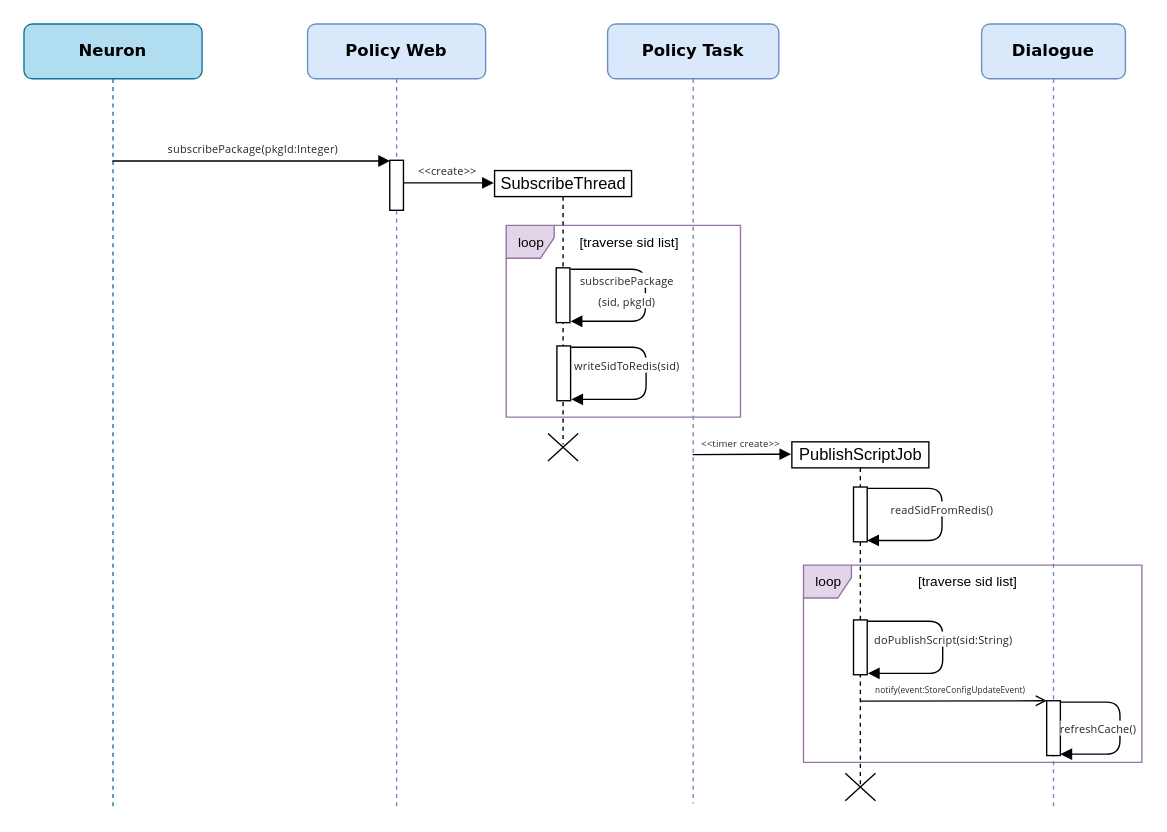
The draw.io diagram leyan/dxm/Sequence Diagram 5.drawio in GeekKwok/UML, before the edit. Source tidied: cells renumbered, new cells numbered last; positions are measured from the earlier drawing's top-left corner, leaving out a move shared by most shapes. Both pictures are drawn from the tidied source at 137%, with x=0, y=0 at pixel (23, 23).
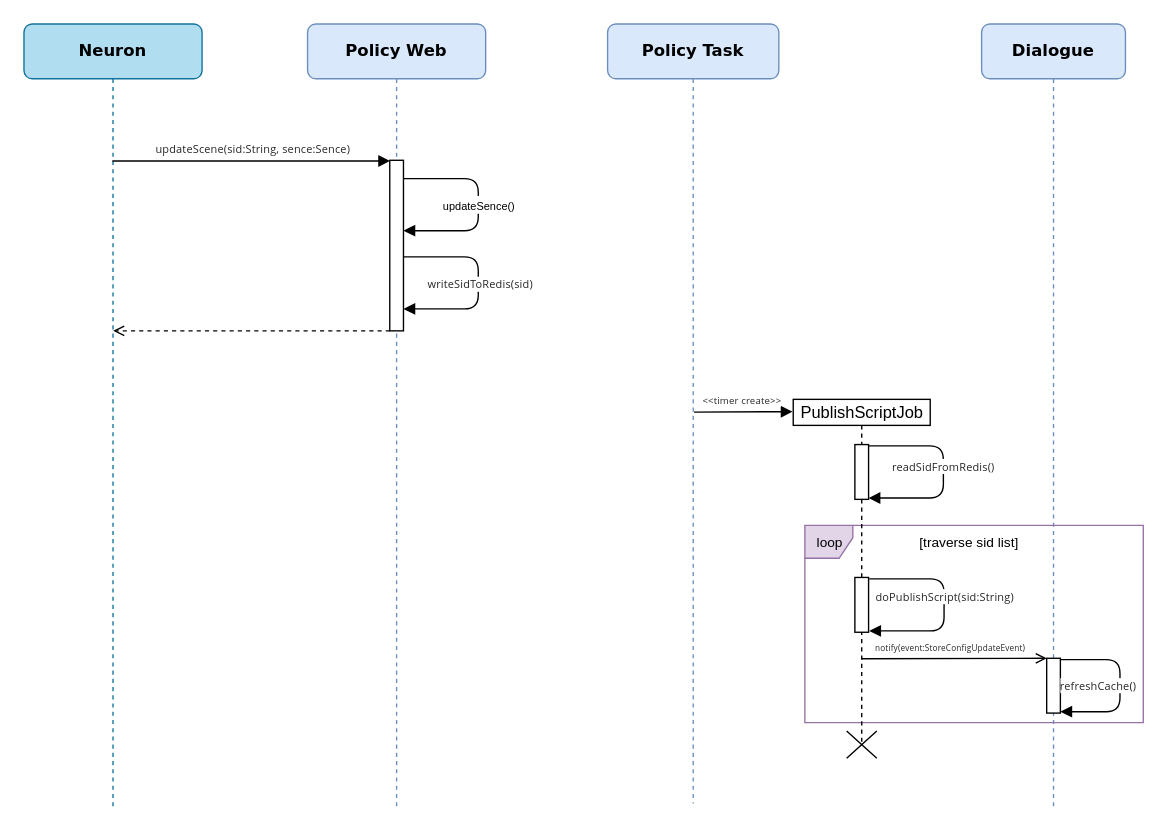
The same diagram, later.

Unchanged cells that the change refers to:
```xml
<mxCell id="3" value="&lt;b&gt;Neuron&lt;/b&gt;" style="shape=umlLifeline;perimeter=lifelinePerimeter;whiteSpace=wrap;html=1;outlineConnect=0;rounded=1;shadow=0;comic=0;labelBackgroundColor=none;strokeWidth=1;fontFamily=Verdana;fontSize=12;align=center;fillColor=#b1ddf0;strokeColor=#10739e;" parent="1" vertex="1">
  <mxGeometry width="130" height="572" as="geometry" />
</mxCell>
<mxCell id="4" value="&lt;b&gt;Policy Web&lt;/b&gt;" style="shape=umlLifeline;perimeter=lifelinePerimeter;whiteSpace=wrap;html=1;rounded=1;shadow=0;comic=0;labelBackgroundColor=none;strokeWidth=1;fontFamily=Verdana;fontSize=12;align=center;fillColor=#dae8fc;strokeColor=#6c8ebf;" parent="1" vertex="1">
  <mxGeometry x="207" width="130" height="572" as="geometry" />
</mxCell>
```

What changed in the source:
```diff
@@
-    <mxCell id="2" value="&lt;font style=&quot;font-size: 10px&quot;&gt;loop&lt;/font&gt;" style="shape=umlFrame;tabWidth=110;tabHeight=30;tabPosition=left;html=1;boundedLbl=1;labelInHeader=1;width=35;height=24;fillColor=#e1d5e7;strokeColor=#9673a6;" parent="1" vertex="1">
-      <mxGeometry x="352" y="147" width="171" height="140" as="geometry" />
-    </mxCell>
@@
     <mxCell id="5" style="html=1;points=[];perimeter=orthogonalPerimeter;rounded=0;shadow=0;comic=0;labelBackgroundColor=none;strokeWidth=1;fontFamily=Verdana;fontSize=12;align=center;" parent="4" vertex="1">
-      <mxGeometry x="60" y="99.5" width="10" height="36.5" as="geometry" />
+      <mxGeometry x="60" y="99.5" width="10" height="124.5" as="geometry" />
     </mxCell>
+    <mxCell id="14" style="html=1;verticalAlign=bottom;endArrow=block;labelBackgroundColor=none;fontFamily=Verdana;fontSize=12;elbow=vertical;edgeStyle=orthogonalEdgeStyle;exitX=1.038;exitY=0.345;exitPerimeter=0;rounded=1;" parent="4" edge="1">
+      <mxGeometry x="0.05" y="-14" relative="1" as="geometry">
+        <mxPoint x="70" y="170" as="sourcePoint" />
+        <mxPoint x="70" y="208" as="targetPoint" />
+        <Array as="points">
+          <mxPoint x="124.6" y="169.9" />
+          <mxPoint x="124.6" y="208" />
+        </Array>
+      </mxGeometry>
+    </mxCell>
+    <mxCell id="29" value="&lt;span style=&quot;color: rgb(38 , 38 , 38) ; font-family: &amp;#34;chinese quote&amp;#34; , &amp;#34;segoe ui&amp;#34; , &amp;#34;roboto&amp;#34; , &amp;#34;pingfang sc&amp;#34; , &amp;#34;hiragino sans gb&amp;#34; , &amp;#34;microsoft yahei&amp;#34; , &amp;#34;helvetica neue&amp;#34; , &amp;#34;helvetica&amp;#34; , &amp;#34;arial&amp;#34; , sans-serif , &amp;#34;apple color emoji&amp;#34; ; letter-spacing: 0.12px&quot;&gt;writeSidToRedis(sid)&lt;/span&gt;" style="edgeLabel;html=1;align=center;verticalAlign=middle;fontSize=8;" parent="14" vertex="1">
+      <mxGeometry x="0.04" y="1" relative="1" as="geometry">
+        <mxPoint y="-3.3" as="offset" />
+      </mxGeometry>
+    </mxCell>
-    <mxCell id="6" value="&lt;font color=&quot;#262626&quot; face=&quot;chinese quote, segoe ui, roboto, pingfang sc, hiragino sans gb, microsoft yahei, helvetica neue, helvetica, arial, sans-serif, apple color emoji&quot;&gt;&lt;span style=&quot;font-size: 8px ; letter-spacing: 0.12px ; background-color: rgb(255 , 255 , 255)&quot;&gt;subscribePackage(pkgId:Integer)&lt;/span&gt;&lt;/font&gt;" style="html=1;verticalAlign=bottom;endArrow=block;labelBackgroundColor=none;fontFamily=Verdana;fontSize=12;edgeStyle=elbowEdgeStyle;elbow=vertical;entryX=0.021;entryY=0;entryDx=0;entryDy=0;entryPerimeter=0;" parent="1" edge="1" source="3" target="5">
+    <mxCell id="6" value="&lt;font color=&quot;#262626&quot; face=&quot;chinese quote, segoe ui, roboto, pingfang sc, hiragino sans gb, microsoft yahei, helvetica neue, helvetica, arial, sans-serif, apple color emoji&quot;&gt;&lt;span style=&quot;font-size: 8px ; letter-spacing: 0.12px ; background-color: rgb(255 , 255 , 255)&quot;&gt;updateScene(sid:String, sence:Sence)&lt;br&gt;&lt;/span&gt;&lt;/font&gt;" style="html=1;verticalAlign=bottom;endArrow=block;labelBackgroundColor=none;fontFamily=Verdana;fontSize=12;edgeStyle=elbowEdgeStyle;elbow=vertical;entryX=0.021;entryY=0;entryDx=0;entryDy=0;entryPerimeter=0;" parent="1" edge="1" source="3" target="5">
       <mxGeometry relative="1" as="geometry" />
     </mxCell>
@@
-    <mxCell id="9" value="&lt;span style=&quot;color: rgb(38 , 38 , 38) ; font-family: &amp;#34;chinese quote&amp;#34; , &amp;#34;segoe ui&amp;#34; , &amp;#34;roboto&amp;#34; , &amp;#34;pingfang sc&amp;#34; , &amp;#34;hiragino sans gb&amp;#34; , &amp;#34;microsoft yahei&amp;#34; , &amp;#34;helvetica neue&amp;#34; , &amp;#34;helvetica&amp;#34; , &amp;#34;arial&amp;#34; , sans-serif , &amp;#34;apple color emoji&amp;#34; ; font-size: 8px ; letter-spacing: 0.12px ; background-color: rgb(255 , 255 , 255)&quot;&gt;subscribePackage&lt;br&gt;(sid, pkgId)&lt;/span&gt;" style="html=1;verticalAlign=bottom;endArrow=block;labelBackgroundColor=none;fontFamily=Verdana;fontSize=12;elbow=vertical;edgeStyle=orthogonalEdgeStyle;exitX=1.038;exitY=0.345;exitPerimeter=0;rounded=1;" parent="1" edge="1">
+    <mxCell id="9" style="html=1;verticalAlign=bottom;endArrow=block;labelBackgroundColor=none;fontFamily=Verdana;fontSize=12;elbow=vertical;edgeStyle=orthogonalEdgeStyle;exitX=1.038;exitY=0.345;exitPerimeter=0;rounded=1;" parent="1" edge="1">
       <mxGeometry x="0.44" y="-6" relative="1" as="geometry">
-        <mxPoint x="399" y="179" as="sourcePoint" />
-        <mxPoint x="399" y="217" as="targetPoint" />
+        <mxPoint x="277" y="112.9" as="sourcePoint" />
+        <mxPoint x="277" y="150.9" as="targetPoint" />
         <Array as="points">
-          <mxPoint x="453.6" y="178.9" />
-          <mxPoint x="453.6" y="217" />
+          <mxPoint x="331.6" y="112.8" />
+          <mxPoint x="331.6" y="150.9" />
         </Array>
       </mxGeometry>
     </mxCell>
-    <mxCell id="10" value="SubscribeThread" style="shape=umlLifeline;perimeter=lifelinePerimeter;whiteSpace=wrap;html=1;size=19;" parent="1" vertex="1">
-      <mxGeometry x="343.5" y="107" width="100" height="200" as="geometry" />
-    </mxCell>
-    <mxCell id="11" style="html=1;perimeter=orthogonalPerimeter;rounded=0;shadow=0;comic=0;labelBackgroundColor=none;strokeWidth=1;fontFamily=Verdana;fontSize=12;align=center;" parent="10" vertex="1">
-      <mxGeometry x="45" y="71" width="10" height="40" as="geometry" />
-    </mxCell>
-    <mxCell id="12" value="&lt;font color=&quot;#262626&quot; face=&quot;chinese quote, segoe ui, roboto, pingfang sc, hiragino sans gb, microsoft yahei, helvetica neue, helvetica, arial, sans-serif, apple color emoji&quot;&gt;&lt;span style=&quot;font-size: 8px ; letter-spacing: 0.12px ; background-color: rgb(255 , 255 , 255)&quot;&gt;&amp;lt;&amp;lt;create&amp;gt;&amp;gt;&lt;/span&gt;&lt;/font&gt;" style="html=1;verticalAlign=bottom;endArrow=block;labelBackgroundColor=none;fontFamily=Verdana;fontSize=12;edgeStyle=elbowEdgeStyle;elbow=vertical;" parent="1" edge="1">
-      <mxGeometry x="-0.04" relative="1" as="geometry">
-        <mxPoint x="277" y="116" as="sourcePoint" />
-        <mxPoint x="343" y="116" as="targetPoint" />
-      </mxGeometry>
-    </mxCell>
-    <mxCell id="13" value="[traverse sid list]" style="text;fontSize=10;" parent="1" vertex="1">
-      <mxGeometry x="404" y="147" width="80" height="20" as="geometry" />
-    </mxCell>
-    <mxCell id="14" value="&lt;font color=&quot;#262626&quot; face=&quot;chinese quote, segoe ui, roboto, pingfang sc, hiragino sans gb, microsoft yahei, helvetica neue, helvetica, arial, sans-serif, apple color emoji&quot;&gt;&lt;span style=&quot;font-size: 8px ; letter-spacing: 0.12px ; background-color: rgb(255 , 255 , 255)&quot;&gt;writeSidToRedis(sid)&lt;/span&gt;&lt;/font&gt;" style="html=1;verticalAlign=bottom;endArrow=block;labelBackgroundColor=none;fontFamily=Verdana;fontSize=12;elbow=vertical;edgeStyle=orthogonalEdgeStyle;exitX=1.038;exitY=0.345;exitPerimeter=0;rounded=1;" parent="1" edge="1">
-      <mxGeometry x="0.05" y="-14" relative="1" as="geometry">
-        <mxPoint x="399.5" y="236" as="sourcePoint" />
-        <mxPoint x="399.5" y="274" as="targetPoint" />
-        <Array as="points">
-          <mxPoint x="454.1" y="235.9" />
-          <mxPoint x="454.1" y="274" />
-        </Array>
-      </mxGeometry>
-    </mxCell>
-    <mxCell id="15" style="html=1;perimeter=orthogonalPerimeter;rounded=0;shadow=0;comic=0;labelBackgroundColor=none;strokeWidth=1;fontFamily=Verdana;fontSize=12;align=center;" parent="1" vertex="1">
-      <mxGeometry x="389" y="235" width="10" height="40" as="geometry" />
-    </mxCell>
-    <mxCell id="16" style="shape=umlDestroy;dashed=0;" parent="1" vertex="1">
-      <mxGeometry x="382.5" y="299" width="22" height="20" as="geometry" />
-    </mxCell>
+    <mxCell id="30" value="&lt;font style=&quot;font-size: 8px&quot;&gt;updateSence()&lt;/font&gt;" style="edgeLabel;html=1;align=center;verticalAlign=middle;" parent="9" vertex="1">
+      <mxGeometry x="-0.01" relative="1" as="geometry" />
+    </mxCell>
     <mxCell id="17" value="&lt;font style=&quot;font-size: 10px&quot;&gt;loop&lt;/font&gt;" style="shape=umlFrame;tabWidth=110;tabHeight=30;tabPosition=left;html=1;boundedLbl=1;labelInHeader=1;width=35;height=24;fillColor=#e1d5e7;strokeColor=#9673a6;" parent="1" vertex="1">
-      <mxGeometry x="569" y="395" width="247" height="144" as="geometry" />
+      <mxGeometry x="570" y="366" width="247" height="144" as="geometry" />
     </mxCell>
     <mxCell id="18" value="PublishScriptJob" style="shape=umlLifeline;perimeter=lifelinePerimeter;whiteSpace=wrap;html=1;size=19;" parent="1" vertex="1">
-      <mxGeometry x="560.5" y="305" width="100" height="250" as="geometry" />
+      <mxGeometry x="561.5" y="274" width="100" height="250" as="geometry" />
     </mxCell>
@@
     <mxCell id="22" value="&lt;font color=&quot;#262626&quot; face=&quot;chinese quote, segoe ui, roboto, pingfang sc, hiragino sans gb, microsoft yahei, helvetica neue, helvetica, arial, sans-serif, apple color emoji&quot; size=&quot;1&quot;&gt;&lt;span style=&quot;letter-spacing: 0.12px ; background-color: rgb(255 , 255 , 255) ; font-size: 7px&quot;&gt;&amp;lt;&amp;lt;timer create&amp;gt;&amp;gt;&lt;/span&gt;&lt;/font&gt;" style="html=1;verticalAlign=bottom;endArrow=block;labelBackgroundColor=none;fontFamily=Verdana;fontSize=12;edgeStyle=elbowEdgeStyle;elbow=vertical;exitX=0.497;exitY=0.598;exitDx=0;exitDy=0;exitPerimeter=0;" parent="1" edge="1">
       <mxGeometry x="-0.04" relative="1" as="geometry">
-        <mxPoint x="488.1" y="314.3" as="sourcePoint" />
-        <mxPoint x="560" y="314" as="targetPoint" />
+        <mxPoint x="489.1" y="283.3" as="sourcePoint" />
+        <mxPoint x="561" y="283" as="targetPoint" />
       </mxGeometry>
     </mxCell>
     <mxCell id="23" value="[traverse sid list]" style="text;fontSize=10;" parent="1" vertex="1">
-      <mxGeometry x="651" y="395" width="80" height="20" as="geometry" />
+      <mxGeometry x="652" y="366" width="80" height="20" as="geometry" />
     </mxCell>
     <mxCell id="24" value="&lt;font color=&quot;#262626&quot; face=&quot;chinese quote, segoe ui, roboto, pingfang sc, hiragino sans gb, microsoft yahei, helvetica neue, helvetica, arial, sans-serif, apple color emoji&quot;&gt;&lt;span style=&quot;font-size: 8px ; letter-spacing: 0.12px ; background-color: rgb(255 , 255 , 255)&quot;&gt;doPublishScript(sid:String)&lt;/span&gt;&lt;/font&gt;" style="html=1;verticalAlign=bottom;endArrow=block;labelBackgroundColor=none;fontFamily=Verdana;fontSize=12;elbow=vertical;edgeStyle=orthogonalEdgeStyle;exitX=1.038;exitY=0.345;exitPerimeter=0;rounded=1;" parent="1" edge="1">
       <mxGeometry x="0.05" relative="1" as="geometry">
-        <mxPoint x="616" y="436" as="sourcePoint" />
-        <mxPoint x="616" y="474" as="targetPoint" />
+        <mxPoint x="617" y="405" as="sourcePoint" />
+        <mxPoint x="617" y="443" as="targetPoint" />
         <Array as="points">
-          <mxPoint x="670.6" y="435.9" />
-          <mxPoint x="670.6" y="474" />
+          <mxPoint x="671.6" y="404.9" />
+          <mxPoint x="671.6" y="443" />
         </Array>
       </mxGeometry>
     </mxCell>
     <mxCell id="25" style="html=1;perimeter=orthogonalPerimeter;rounded=0;shadow=0;comic=0;labelBackgroundColor=none;strokeWidth=1;fontFamily=Verdana;fontSize=12;align=center;" parent="1" vertex="1">
-      <mxGeometry x="605.5" y="435" width="10" height="40" as="geometry" />
+      <mxGeometry x="606.5" y="404" width="10" height="40" as="geometry" />
     </mxCell>
     <mxCell id="26" value="&lt;font color=&quot;#262626&quot; face=&quot;chinese quote, segoe ui, roboto, pingfang sc, hiragino sans gb, microsoft yahei, helvetica neue, helvetica, arial, sans-serif, apple color emoji&quot; size=&quot;1&quot;&gt;&lt;span style=&quot;letter-spacing: 0.12px ; background-color: rgb(255 , 255 , 255) ; font-size: 6px&quot;&gt;notify(event:StoreConfigUpdateEvent)&lt;/span&gt;&lt;/font&gt;" style="html=1;verticalAlign=bottom;endArrow=open;labelBackgroundColor=none;fontFamily=Verdana;fontSize=12;edgeStyle=elbowEdgeStyle;elbow=vertical;exitX=0.497;exitY=0.598;exitDx=0;exitDy=0;exitPerimeter=0;endFill=0;entryX=0.009;entryY=0.004;entryDx=0;entryDy=0;entryPerimeter=0;" parent="1" edge="1" target="27">
       <mxGeometry x="-0.04" relative="1" as="geometry">
-        <mxPoint x="610.5" y="494.3" as="sourcePoint" />
+        <mxPoint x="611.5" y="463.3" as="sourcePoint" />
       </mxGeometry>
     </mxCell>
     <mxCell id="27" style="html=1;points=[];perimeter=orthogonalPerimeter;rounded=0;shadow=0;comic=0;labelBackgroundColor=none;strokeWidth=1;fontFamily=Verdana;fontSize=12;align=center;" parent="1" vertex="1">
-      <mxGeometry x="746.5" y="494" width="10" height="40" as="geometry" />
+      <mxGeometry x="746.5" y="463" width="10" height="40" as="geometry" />
     </mxCell>
     <mxCell id="28" value="&lt;font color=&quot;#262626&quot; face=&quot;chinese quote, segoe ui, roboto, pingfang sc, hiragino sans gb, microsoft yahei, helvetica neue, helvetica, arial, sans-serif, apple color emoji&quot;&gt;&lt;span style=&quot;font-size: 8px ; letter-spacing: 0.12px ; background-color: rgb(255 , 255 , 255)&quot;&gt;refreshCache()&lt;/span&gt;&lt;/font&gt;" style="html=1;verticalAlign=bottom;endArrow=block;labelBackgroundColor=none;fontFamily=Verdana;fontSize=12;elbow=vertical;edgeStyle=orthogonalEdgeStyle;exitX=1.038;exitY=0.345;exitPerimeter=0;rounded=1;" parent="1" edge="1">
       <mxGeometry x="0.56" y="-10" relative="1" as="geometry">
-        <mxPoint x="756.5" y="495" as="sourcePoint" />
-        <mxPoint x="756.5" y="533" as="targetPoint" />
+        <mxPoint x="756.5" y="464" as="sourcePoint" />
+        <mxPoint x="756.5" y="502" as="targetPoint" />
         <Array as="points">
-          <mxPoint x="800" y="495" />
-          <mxPoint x="800" y="533" />
+          <mxPoint x="800" y="464" />
+          <mxPoint x="800" y="502" />
         </Array>
       </mxGeometry>
     </mxCell>
+    <mxCell id="31" style="html=1;verticalAlign=bottom;labelBackgroundColor=none;endArrow=open;endFill=0;dashed=1;fontSize=10;exitX=-0.009;exitY=0.994;exitDx=0;exitDy=0;exitPerimeter=0;" parent="1" edge="1">
+      <mxGeometry relative="1" as="geometry">
+        <mxPoint x="267.1" y="224" as="sourcePoint" />
+        <mxPoint x="65.1" y="224" as="targetPoint" />
+      </mxGeometry>
+    </mxCell>
```
